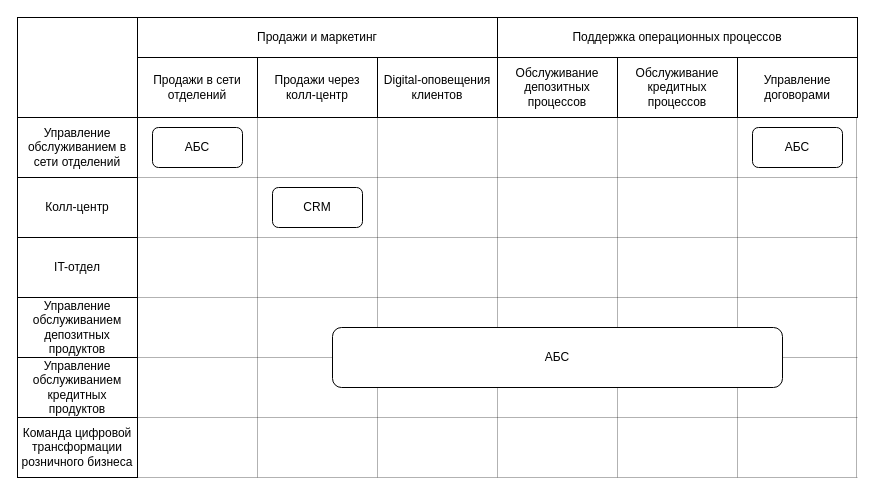
Before: Task1/Карта IT-ландшафта.drawio in Dazklein/architecture-standart, a draw.io diagram. Source tidied: cells renumbered, new cells numbered last; positions are measured from the earlier drawing's top-left corner, leaving out a move shared by most shapes. Both pictures are drawn from the tidied source at 100%, with x=0, y=0 at pixel (17, 17).
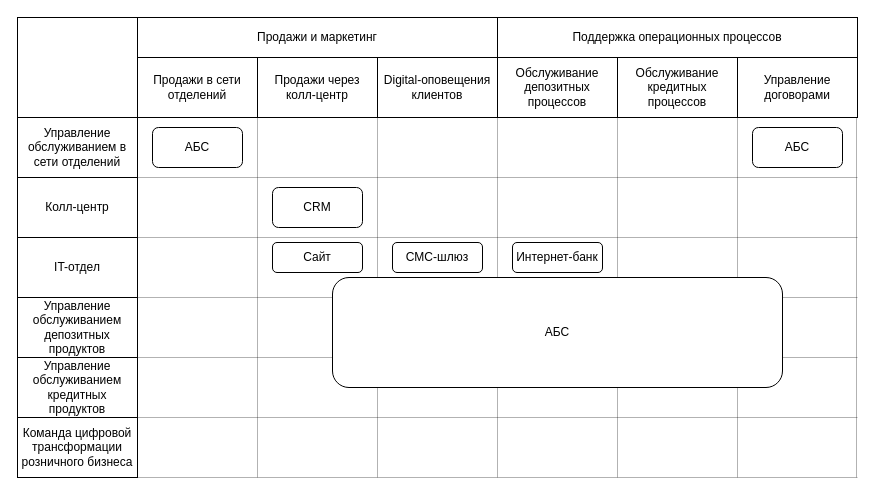
The same diagram, later.

Commit message (it also covers changes not shown here):
Исправление замечаний по Карте IT-ландшафта и по измененной диаграмме контейнеров

What changed in the source:
```diff
@@
     <mxCell id="30" value="АБС" style="rounded=1;whiteSpace=wrap;html=1;" parent="29" vertex="1">
-      <mxGeometry x="315" y="310" width="450" height="60" as="geometry" />
+      <mxGeometry x="315" y="260" width="450" height="110" as="geometry" />
     </mxCell>
@@
+    <mxCell id="34" value="Интернет-банк" style="rounded=1;whiteSpace=wrap;html=1;" parent="29" vertex="1">
+      <mxGeometry x="495" y="225" width="90" height="30" as="geometry" />
+    </mxCell>
+    <mxCell id="35" value="Сайт" style="rounded=1;whiteSpace=wrap;html=1;" parent="29" vertex="1">
+      <mxGeometry x="255" y="225" width="90" height="30" as="geometry" />
+    </mxCell>
+    <mxCell id="36" value="СМС-шлюз" style="rounded=1;whiteSpace=wrap;html=1;" parent="29" vertex="1">
+      <mxGeometry x="375" y="225" width="90" height="30" as="geometry" />
+    </mxCell>
```
